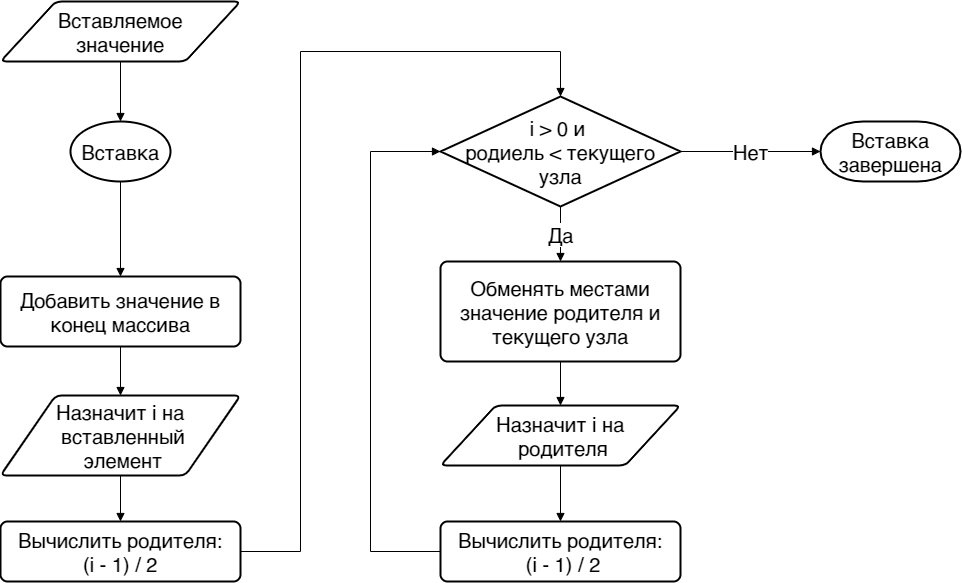
Earlier version of the draw.io export Лекции/2023/8/imgs/Кучм-Вставка, алгоритм.drawio.png (MUCTR-IKT-CPP/algorithms-2cpp). Source tidied: cells renumbered, new cells last; positions are measured from the earlier drawing's top-left corner, leaving out a move shared by most shapes. Source of this version:
```xml
<mxGraphModel>
  <root>
    <mxCell id="0" />
    <mxCell id="1" parent="0" />
    <mxCell id="2" style="edgeStyle=orthogonalEdgeStyle;rounded=0;jettySize=auto;html=1;fontSize=20;startArrow=none;startFill=0;endArrow=block;endFill=1;" parent="1" edge="1" source="3" target="7">
      <mxGeometry relative="1" as="geometry" />
    </mxCell>
    <mxCell id="3" value="Вставка" style="strokeWidth=2;html=1;shape=mxgraph.flowchart.start_1;whiteSpace=wrap;fontSize=20;" parent="1" vertex="1">
      <mxGeometry x="70" y="120" width="100" height="60" as="geometry" />
    </mxCell>
    <mxCell id="4" style="edgeStyle=orthogonalEdgeStyle;rounded=0;jettySize=auto;html=1;fontSize=20;startArrow=none;startFill=0;endArrow=block;endFill=1;" parent="1" edge="1" source="5" target="3">
      <mxGeometry relative="1" as="geometry" />
    </mxCell>
    <mxCell id="5" value="Вставляемое&lt;br&gt;значение" style="shape=parallelogram;html=1;strokeWidth=2;perimeter=parallelogramPerimeter;whiteSpace=wrap;rounded=1;arcSize=12;size=0.23;fontSize=20;" parent="1" vertex="1">
      <mxGeometry width="240" height="60" as="geometry" />
    </mxCell>
    <mxCell id="6" style="edgeStyle=none;rounded=0;jettySize=auto;html=1;fontSize=20;startArrow=none;startFill=0;endArrow=block;endFill=1;" parent="1" edge="1" source="7" target="9">
      <mxGeometry relative="1" as="geometry" />
    </mxCell>
    <mxCell id="7" value="Добавить значение в конец массива" style="rounded=1;whiteSpace=wrap;html=1;absoluteArcSize=1;arcSize=14;strokeWidth=2;fontSize=20;" parent="1" vertex="1">
      <mxGeometry y="275" width="240" height="70" as="geometry" />
    </mxCell>
    <mxCell id="8" style="edgeStyle=none;rounded=0;jettySize=auto;html=1;fontSize=20;startArrow=none;startFill=0;endArrow=block;endFill=1;" parent="1" edge="1" source="9" target="11">
      <mxGeometry relative="1" as="geometry" />
    </mxCell>
    <mxCell id="9" value="Назначит i на&lt;br&gt;&amp;nbsp;вставленный&lt;br&gt;&amp;nbsp;элемент" style="shape=parallelogram;html=1;strokeWidth=2;perimeter=parallelogramPerimeter;whiteSpace=wrap;rounded=1;arcSize=12;size=0.23;fontSize=20;" parent="1" vertex="1">
      <mxGeometry y="394" width="240" height="80" as="geometry" />
    </mxCell>
    <mxCell id="10" style="edgeStyle=orthogonalEdgeStyle;rounded=0;jettySize=auto;html=1;fontSize=20;startArrow=none;startFill=0;endArrow=block;endFill=1;" parent="1" edge="1" source="11" target="14">
      <mxGeometry relative="1" as="geometry">
        <Array as="points">
          <mxPoint x="300" y="550" />
          <mxPoint x="300" y="50" />
          <mxPoint x="560" y="50" />
        </Array>
      </mxGeometry>
    </mxCell>
    <mxCell id="11" value="Вычислить родителя:&lt;br&gt;(i - 1) / 2" style="rounded=1;whiteSpace=wrap;html=1;absoluteArcSize=1;arcSize=14;strokeWidth=2;fontSize=20;" parent="1" vertex="1">
      <mxGeometry y="520" width="240" height="60" as="geometry" />
    </mxCell>
    <mxCell id="12" value="Да" style="edgeStyle=orthogonalEdgeStyle;rounded=0;jettySize=auto;html=1;fontSize=20;startArrow=none;startFill=0;endArrow=block;endFill=1;" parent="1" edge="1" source="14" target="16">
      <mxGeometry relative="1" as="geometry" />
    </mxCell>
    <mxCell id="13" value="Нет" style="edgeStyle=orthogonalEdgeStyle;rounded=0;jettySize=auto;html=1;fontSize=20;startArrow=none;startFill=0;endArrow=block;endFill=1;" parent="1" edge="1" source="14" target="21">
      <mxGeometry relative="1" as="geometry" />
    </mxCell>
    <mxCell id="14" value="i &amp;gt; 0 и &lt;br&gt;родиель &amp;lt; текущего&lt;br&gt;узла" style="strokeWidth=2;html=1;shape=mxgraph.flowchart.decision;whiteSpace=wrap;fontSize=20;" parent="1" vertex="1">
      <mxGeometry x="440" y="95" width="240" height="110" as="geometry" />
    </mxCell>
    <mxCell id="15" style="edgeStyle=orthogonalEdgeStyle;rounded=0;jettySize=auto;html=1;fontSize=20;startArrow=none;startFill=0;endArrow=block;endFill=1;" parent="1" edge="1" source="16" target="18">
      <mxGeometry relative="1" as="geometry" />
    </mxCell>
    <mxCell id="16" value="Обменять местами значение родителя и текущего узла" style="rounded=1;whiteSpace=wrap;html=1;absoluteArcSize=1;arcSize=14;strokeWidth=2;fontSize=20;" parent="1" vertex="1">
      <mxGeometry x="440" y="260" width="240" height="100" as="geometry" />
    </mxCell>
    <mxCell id="17" style="edgeStyle=orthogonalEdgeStyle;rounded=0;jettySize=auto;html=1;fontSize=20;startArrow=none;startFill=0;endArrow=block;endFill=1;" parent="1" edge="1" source="18" target="20">
      <mxGeometry relative="1" as="geometry" />
    </mxCell>
    <mxCell id="18" value="Назначит i на&lt;br&gt;&amp;nbsp;родителя" style="shape=parallelogram;html=1;strokeWidth=2;perimeter=parallelogramPerimeter;whiteSpace=wrap;rounded=1;arcSize=12;size=0.23;fontSize=20;" parent="1" vertex="1">
      <mxGeometry x="440" y="404" width="240" height="60" as="geometry" />
    </mxCell>
    <mxCell id="19" style="edgeStyle=orthogonalEdgeStyle;rounded=0;jettySize=auto;html=1;fontSize=20;startArrow=none;startFill=0;endArrow=block;endFill=1;" parent="1" edge="1" source="20" target="14">
      <mxGeometry relative="1" as="geometry">
        <Array as="points">
          <mxPoint x="370" y="550" />
          <mxPoint x="370" y="150" />
        </Array>
      </mxGeometry>
    </mxCell>
    <mxCell id="20" value="Вычислить родителя:&lt;br&gt;&amp;nbsp;(i - 1) / 2" style="rounded=1;whiteSpace=wrap;html=1;absoluteArcSize=1;arcSize=14;strokeWidth=2;fontSize=20;" parent="1" vertex="1">
      <mxGeometry x="440" y="520" width="240" height="60" as="geometry" />
    </mxCell>
    <mxCell id="21" value="Вставка завершена" style="strokeWidth=2;html=1;shape=mxgraph.flowchart.terminator;whiteSpace=wrap;fontSize=20;" parent="1" vertex="1">
      <mxGeometry x="820" y="120" width="140" height="60" as="geometry" />
    </mxCell>
  </root>
</mxGraphModel>
```
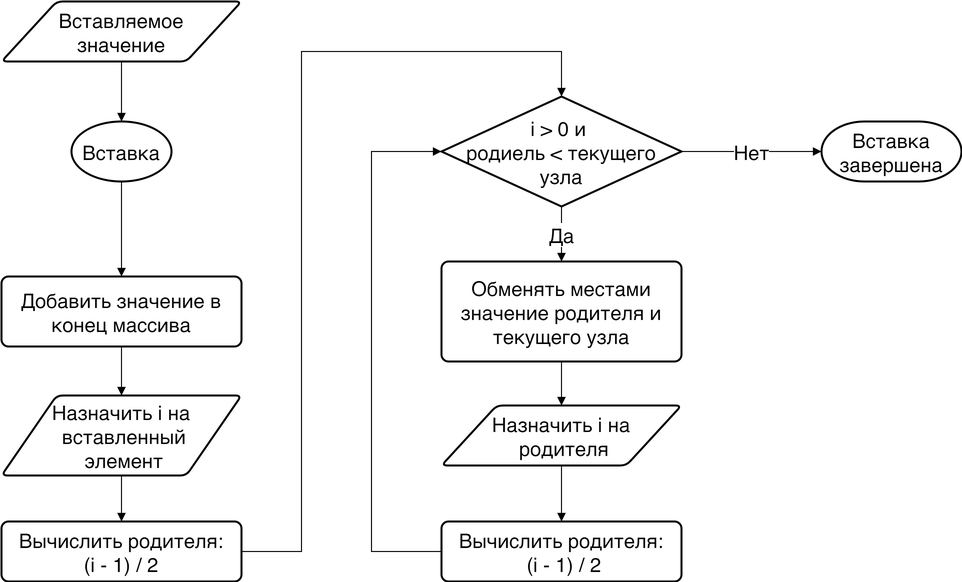
After the commit.

Diff of the diagram source:
```diff
@@ -23,7 +23,7 @@
     <mxCell id="8" style="edgeStyle=none;rounded=0;jettySize=auto;html=1;fontSize=20;startArrow=none;startFill=0;endArrow=block;endFill=1;" parent="1" edge="1" source="9" target="11">
       <mxGeometry relative="1" as="geometry" />
     </mxCell>
-    <mxCell id="9" value="Назначит i на&lt;br&gt;&amp;nbsp;вставленный&lt;br&gt;&amp;nbsp;элемент" style="shape=parallelogram;html=1;strokeWidth=2;perimeter=parallelogramPerimeter;whiteSpace=wrap;rounded=1;arcSize=12;size=0.23;fontSize=20;" parent="1" vertex="1">
+    <mxCell id="9" value="Назначить i на&lt;br&gt;&amp;nbsp;вставленный&lt;br&gt;&amp;nbsp;элемент" style="shape=parallelogram;html=1;strokeWidth=2;perimeter=parallelogramPerimeter;whiteSpace=wrap;rounded=1;arcSize=12;size=0.23;fontSize=20;" parent="1" vertex="1">
       <mxGeometry y="394" width="240" height="80" as="geometry" />
     </mxCell>
     <mxCell id="10" style="edgeStyle=orthogonalEdgeStyle;rounded=0;jettySize=auto;html=1;fontSize=20;startArrow=none;startFill=0;endArrow=block;endFill=1;" parent="1" edge="1" source="11" target="14">
@@ -56,7 +56,7 @@
     <mxCell id="17" style="edgeStyle=orthogonalEdgeStyle;rounded=0;jettySize=auto;html=1;fontSize=20;startArrow=none;startFill=0;endArrow=block;endFill=1;" parent="1" edge="1" source="18" target="20">
       <mxGeometry relative="1" as="geometry" />
     </mxCell>
-    <mxCell id="18" value="Назначит i на&lt;br&gt;&amp;nbsp;родителя" style="shape=parallelogram;html=1;strokeWidth=2;perimeter=parallelogramPerimeter;whiteSpace=wrap;rounded=1;arcSize=12;size=0.23;fontSize=20;" parent="1" vertex="1">
+    <mxCell id="18" value="Назначить i на&lt;br&gt;&amp;nbsp;родителя" style="shape=parallelogram;html=1;strokeWidth=2;perimeter=parallelogramPerimeter;whiteSpace=wrap;rounded=1;arcSize=12;size=0.23;fontSize=20;" parent="1" vertex="1">
       <mxGeometry x="440" y="404" width="240" height="60" as="geometry" />
     </mxCell>
     <mxCell id="19" style="edgeStyle=orthogonalEdgeStyle;rounded=0;jettySize=auto;html=1;fontSize=20;startArrow=none;startFill=0;endArrow=block;endFill=1;" parent="1" edge="1" source="20" target="14">
```
